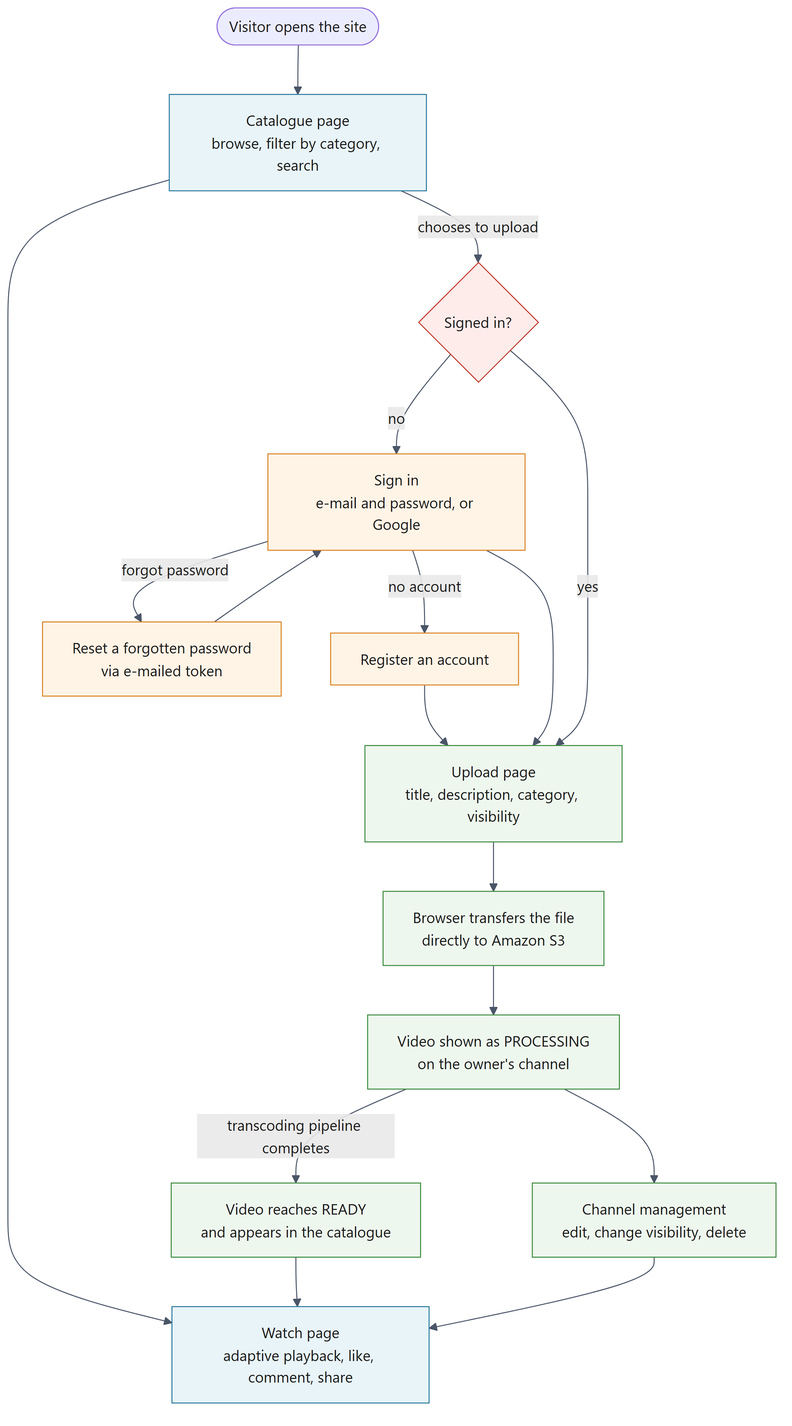
DinhQuocCuong28664/DACNTT_VideoStreaming keeps this Mermaid diagram as report/images/08-user-flow.png. Above is the earlier version. Its source is kept beside it as docs/diagrams/src/08-user-flow.mmd. The source it was exported from:
```mermaid
graph TB
    START(["Visitor opens the site"])

    HOME["Catalogue page<br/>browse, filter by category, search"]
    WATCH["Watch page<br/>adaptive playback, like, comment, share"]

    AUTH{"Signed in?"}
    LOGIN["Sign in<br/>e-mail and password, or Google"]
    REG["Register an account"]
    RESET["Reset a forgotten password<br/>via e-mailed token"]

    UPLOAD["Upload page<br/>title, description, category, visibility"]
    PRESIGN["Browser transfers the file<br/>directly to Amazon S3"]
    PROC["Video shown as PROCESSING<br/>on the owner's channel"]
    READY["Video reaches READY<br/>and appears in the catalogue"]
    CHANNEL["Channel management<br/>edit, change visibility, delete"]

    START --> HOME
    HOME --> WATCH
    HOME -->|"chooses to upload"| AUTH
    AUTH -->|"no"| LOGIN
    LOGIN -->|"no account"| REG
    LOGIN -->|"forgot password"| RESET
    REG --> UPLOAD
    LOGIN --> UPLOAD
    RESET --> LOGIN
    AUTH -->|"yes"| UPLOAD
    UPLOAD --> PRESIGN
    PRESIGN --> PROC
    PROC -->|"transcoding pipeline completes"| READY
    READY --> WATCH
    PROC --> CHANNEL
    CHANNEL --> WATCH

    classDef public fill:#e8f4f8,stroke:#2c7a9e,color:#1a1a1a
    classDef account fill:#fff4e6,stroke:#d98324,color:#1a1a1a
    classDef owner fill:#eef7ee,stroke:#3d8b40,color:#1a1a1a
    classDef gate fill:#fdecea,stroke:#c0392b,color:#1a1a1a
    class HOME,WATCH public
    class LOGIN,REG,RESET account
    class UPLOAD,PRESIGN,PROC,READY,CHANNEL owner
    class AUTH gate
```
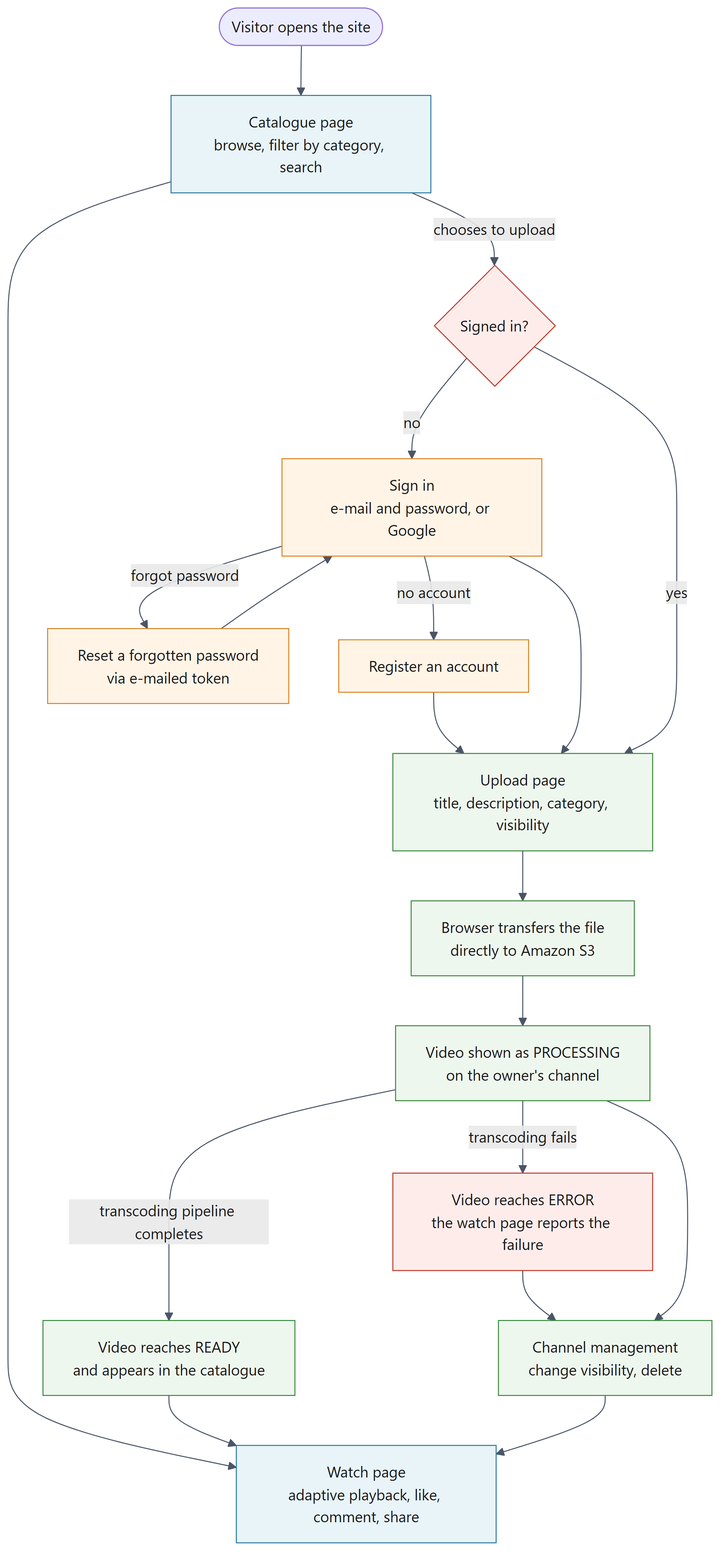
Later version of the same file.

What changed in the source:
```diff
@@ -13,7 +13,8 @@
     PRESIGN["Browser transfers the file<br/>directly to Amazon S3"]
     PROC["Video shown as PROCESSING<br/>on the owner's channel"]
     READY["Video reaches READY<br/>and appears in the catalogue"]
-    CHANNEL["Channel management<br/>edit, change visibility, delete"]
+    FAILED["Video reaches ERROR<br/>the watch page reports the failure"]
+    CHANNEL["Channel management<br/>change visibility, delete"]
 
     START --> HOME
     HOME --> WATCH
@@ -28,6 +29,8 @@
     UPLOAD --> PRESIGN
     PRESIGN --> PROC
     PROC -->|"transcoding pipeline completes"| READY
+    PROC -->|"transcoding fails"| FAILED
+    FAILED --> CHANNEL
     READY --> WATCH
     PROC --> CHANNEL
     CHANNEL --> WATCH
@@ -39,4 +42,4 @@
     class HOME,WATCH public
     class LOGIN,REG,RESET account
     class UPLOAD,PRESIGN,PROC,READY,CHANNEL owner
-    class AUTH gate
+    class AUTH,FAILED gate
```
